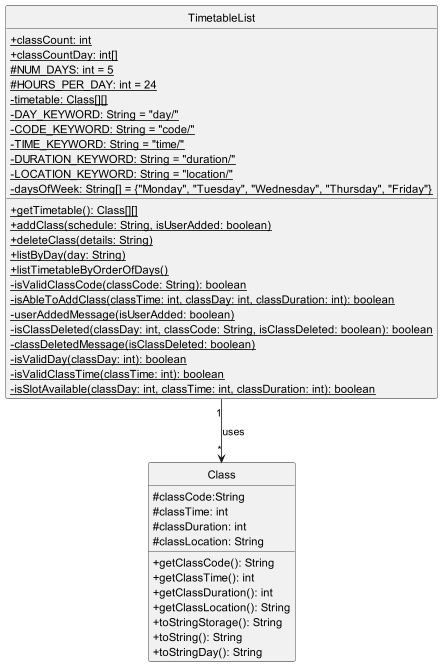
The PlantUML diagram docs/images/classimage/Timetable.png in nyh3/tp, before a commit.
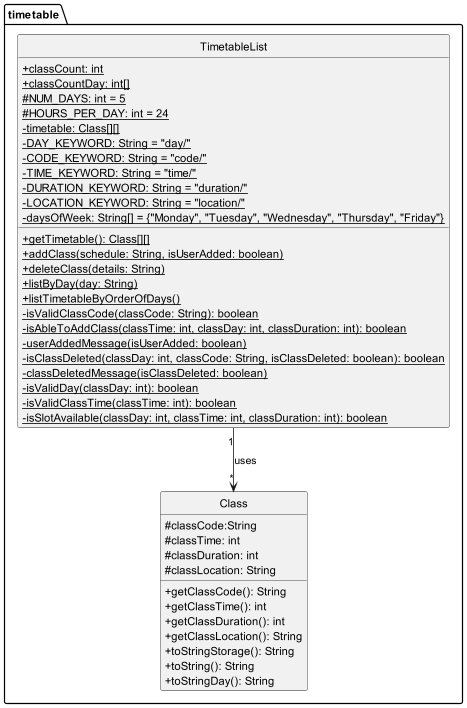
The same file after the commit.

Commit message:
Add sequence diagram for process command

What changed in the source:
```diff
@@ -3,45 +3,47 @@
 hide circle
 skinparam classAttributeIconSize 0
 
-class Class{
-    # classCode:String
-    # classTime: int
-    # classDuration: int
-    # classLocation: String
-    + getClassCode(): String
-    + getClassTime(): int
-    + getClassDuration(): int
-    + getClassLocation(): String
-    + toStringStorage(): String
-    + toString(): String
-    + toStringDay(): String
-}
+package timetable{
+    class Class{
+        # classCode:String
+        # classTime: int
+        # classDuration: int
+        # classLocation: String
+        + getClassCode(): String
+        + getClassTime(): int
+        + getClassDuration(): int
+        + getClassLocation(): String
+        + toStringStorage(): String
+        + toString(): String
+        + toStringDay(): String
+    }
 
-class TimetableList{
-    + {static} classCount: int
-    + {static} classCountDay: int[]
-    # {static} NUM_DAYS: int = 5
-    # {static} HOURS_PER_DAY: int = 24
-    - {static} timetable: Class[][]
-    - {static} DAY_KEYWORD: String = "day/"
-    - {static} CODE_KEYWORD: String = "code/"
-    - {static} TIME_KEYWORD: String = "time/"
-    - {static} DURATION_KEYWORD: String = "duration/"
-    - {static} LOCATION_KEYWORD: String = "location/"
-    - {static} daysOfWeek: String[] = {"Monday", "Tuesday", "Wednesday", "Thursday", "Friday"}
-    + {static} getTimetable(): Class[][]
-    + {static} addClass(schedule: String, isUserAdded: boolean)
-    + {static} deleteClass(details: String)
-    + {static} listByDay(day: String)
-    + {static} listTimetableByOrderOfDays()
-    - {static} isValidClassCode(classCode: String): boolean
-    - {static} isAbleToAddClass(classTime: int, classDay: int, classDuration: int): boolean
-    - {static} userAddedMessage(isUserAdded: boolean)
-    - {static} isClassDeleted(classDay: int, classCode: String, isClassDeleted: boolean): boolean
-    - {static} classDeletedMessage(isClassDeleted: boolean)
-    - {static} isValidDay(classDay: int): boolean
-    - {static} isValidClassTime(classTime: int): boolean
-    - {static} isSlotAvailable(classDay: int, classTime: int, classDuration: int): boolean
+    class TimetableList{
+        + {static} classCount: int
+        + {static} classCountDay: int[]
+        # {static} NUM_DAYS: int = 5
+        # {static} HOURS_PER_DAY: int = 24
+        - {static} timetable: Class[][]
+        - {static} DAY_KEYWORD: String = "day/"
+        - {static} CODE_KEYWORD: String = "code/"
+        - {static} TIME_KEYWORD: String = "time/"
+        - {static} DURATION_KEYWORD: String = "duration/"
+        - {static} LOCATION_KEYWORD: String = "location/"
+        - {static} daysOfWeek: String[] = {"Monday", "Tuesday", "Wednesday", "Thursday", "Friday"}
+        + {static} getTimetable(): Class[][]
+        + {static} addClass(schedule: String, isUserAdded: boolean)
+        + {static} deleteClass(details: String)
+        + {static} listByDay(day: String)
+        + {static} listTimetableByOrderOfDays()
+        - {static} isValidClassCode(classCode: String): boolean
+        - {static} isAbleToAddClass(classTime: int, classDay: int, classDuration: int): boolean
+        - {static} userAddedMessage(isUserAdded: boolean)
+        - {static} isClassDeleted(classDay: int, classCode: String, isClassDeleted: boolean): boolean
+        - {static} classDeletedMessage(isClassDeleted: boolean)
+        - {static} isValidDay(classDay: int): boolean
+        - {static} isValidClassTime(classTime: int): boolean
+        - {static} isSlotAvailable(classDay: int, classTime: int, classDuration: int): boolean
+    }
 }
 
 TimetableList "1" --> "*" Class: uses
```
